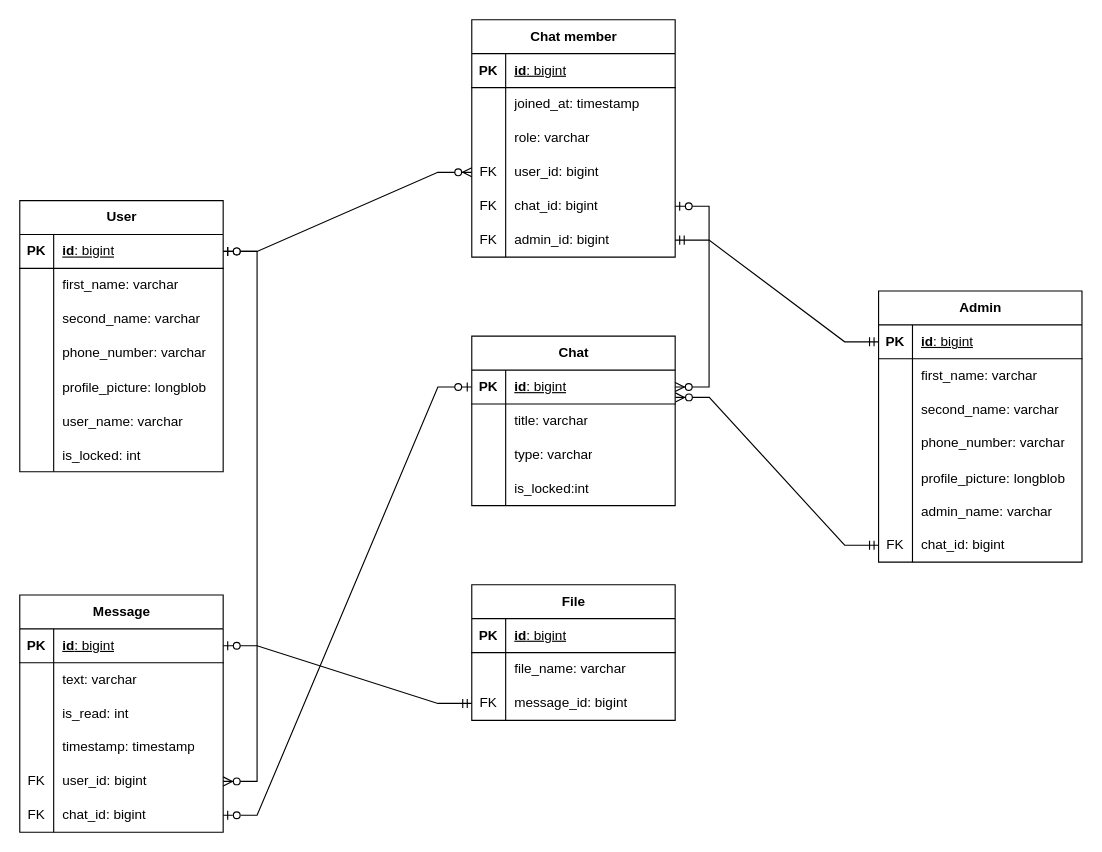
marsek4/database keeps this draw.io diagram as ERWin Physical.drawio. Above is the earlier version. Source tidied: cells renumbered, new cells numbered last; positions are measured from the earlier drawing's top-left corner, leaving out a move shared by most shapes. Both pictures are drawn from the tidied source at 113%, with x=0, y=0 at pixel (19, 19).
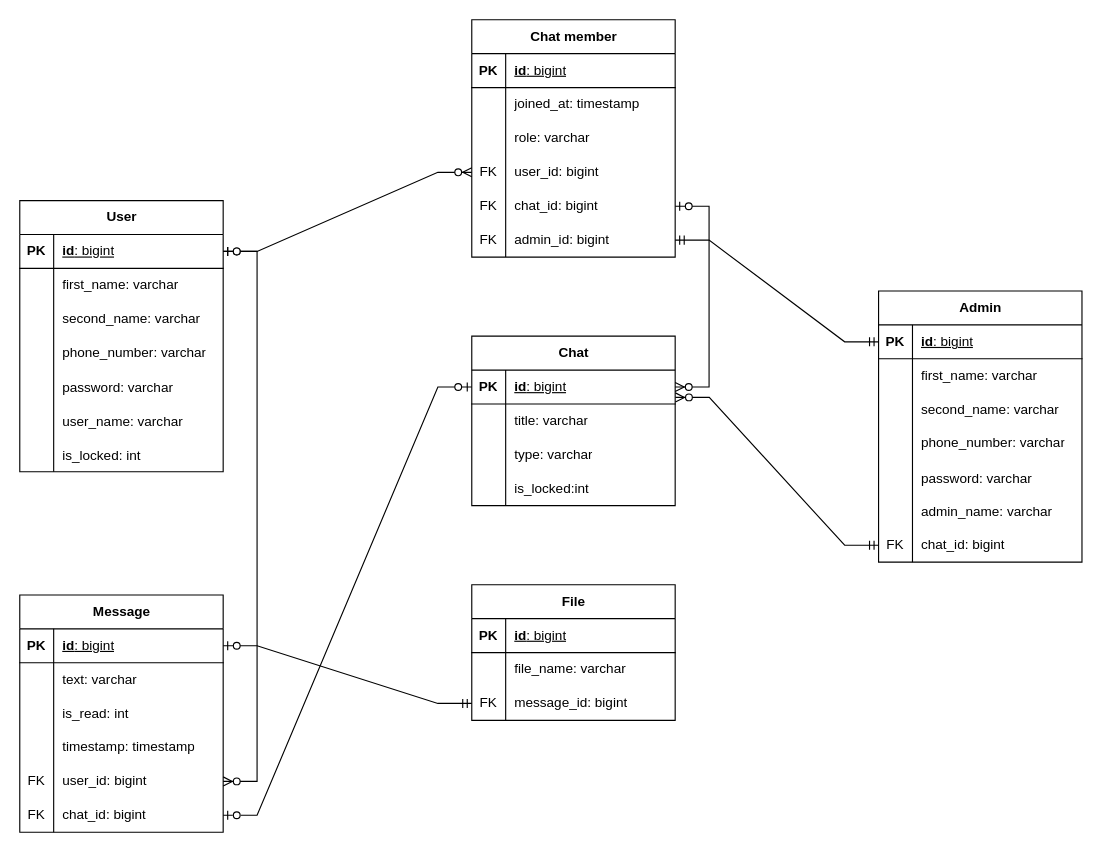
After the change.

Unchanged cells that the change refers to:
```xml
<mxCell id="15" style="shape=tableRow;horizontal=0;startSize=0;swimlaneHead=0;swimlaneBody=0;fillColor=none;top=0;left=0;right=0;bottom=0;" parent="2" vertex="1">
  <mxGeometry y="150" width="180" height="30" as="geometry" />
</mxCell>
<mxCell id="103" style="shape=tableRow;horizontal=0;startSize=0;swimlaneHead=0;swimlaneBody=0;fillColor=none;top=0;left=0;right=0;bottom=0;" parent="90" vertex="1">
  <mxGeometry y="150" width="180" height="30" as="geometry" />
</mxCell>
```

Diff of the diagram source:
```diff
@@
-    <mxCell id="17" value="profile_picture: longblob" style="shape=partialRectangle;fillColor=none;top=0;left=0;bottom=0;right=0;align=left;spacingLeft=6;overflow=hidden;" parent="15" vertex="1">
+    <mxCell id="17" value="password: varchar" style="shape=partialRectangle;fillColor=none;top=0;left=0;bottom=0;right=0;align=left;spacingLeft=6;overflow=hidden;" parent="15" vertex="1">
       <mxGeometry x="30" width="150" height="30" as="geometry" />
     </mxCell>
@@
-    <mxCell id="105" value="profile_picture: longblob" style="shape=partialRectangle;fillColor=none;top=0;left=0;bottom=0;right=0;align=left;spacingLeft=6;overflow=hidden;" parent="103" vertex="1">
+    <mxCell id="105" value="password: varchar" style="shape=partialRectangle;fillColor=none;top=0;left=0;bottom=0;right=0;align=left;spacingLeft=6;overflow=hidden;" parent="103" vertex="1">
       <mxGeometry x="30" width="150" height="30" as="geometry" />
     </mxCell>
```
